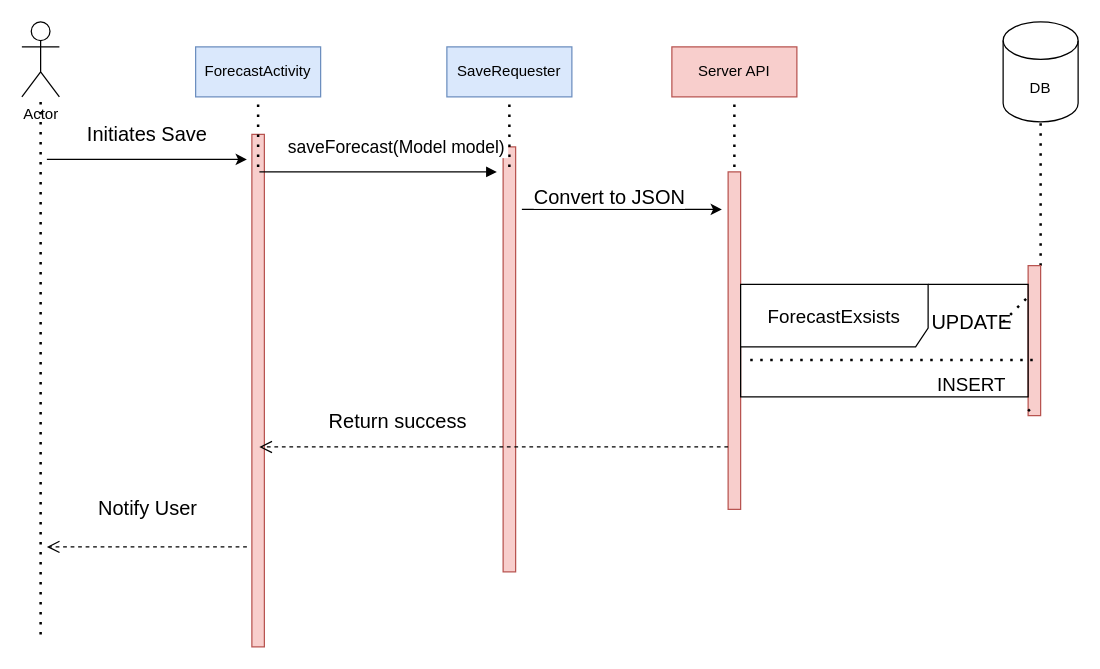
Before: Verkefni2Grunnur/SequenceDiagramForecastSave.drawio in HBV501Group8/HBV601G, a draw.io diagram. Source tidied: cells renumbered, new cells numbered last; positions are measured from the earlier drawing's top-left corner, leaving out a move shared by most shapes. Both pictures are drawn from the tidied source at 125%, with x=0, y=0 at pixel (21, 21).
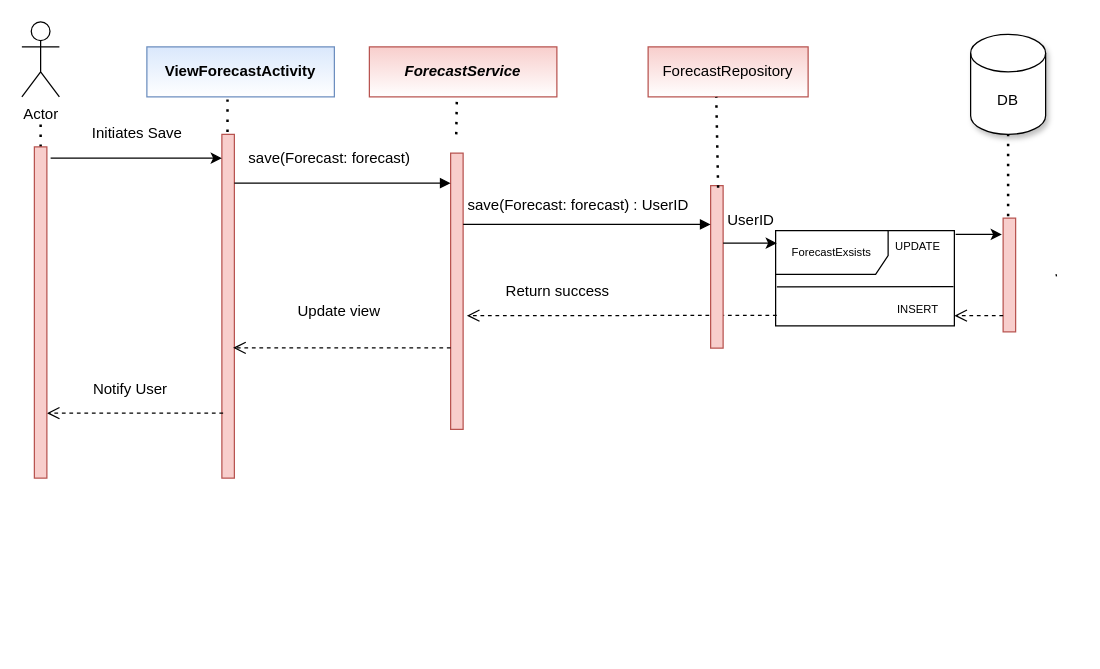
The same page after the edit.

Commit message:
Uppfærði ForecastSave diagram

The change refers to these unchanged cells:
```xml
<mxCell id="2" value="Actor" style="shape=umlActor;verticalLabelPosition=bottom;verticalAlign=top;html=1;outlineConnect=0;" parent="1" vertex="1">
  <mxGeometry width="30" height="60" as="geometry" />
</mxCell>
```

Diff of the diagram source:
```diff
@@
-    <mxCell id="3" style="endArrow=none;dashed=1;html=1;dashPattern=1 3;strokeWidth=2;" parent="1" edge="1" target="2">
+    <mxCell id="3" style="endArrow=none;dashed=1;html=1;dashPattern=1 3;strokeWidth=2;" parent="1" edge="1" source="34">
       <mxGeometry relative="1" as="geometry">
-        <mxPoint x="15" y="490" as="sourcePoint" />
+        <mxPoint x="15" y="79" as="targetPoint" />
       </mxGeometry>
     </mxCell>
-    <mxCell id="4" value="ForecastActivity" style="rounded=0;whiteSpace=wrap;html=1;shadow=0;fillColor=#dae8fc;strokeColor=#6c8ebf;" parent="1" vertex="1">
-      <mxGeometry x="139" y="20" width="100" height="40" as="geometry" />
+    <mxCell id="4" value="&lt;span style=&quot;font-weight: 700; font-size: 12px;&quot;&gt;ViewForecastActivity&lt;/span&gt;" style="rounded=0;whiteSpace=wrap;html=1;shadow=0;fillColor=#dae8fc;strokeColor=#6c8ebf;gradientColor=#ffffff;fontSize=12;" parent="1" vertex="1">
+      <mxGeometry x="100" y="20" width="150" height="40" as="geometry" />
     </mxCell>
     <mxCell id="5" style="points=[];perimeter=orthogonalPerimeter;rounded=0;shadow=0;strokeWidth=1;fillColor=#f8cecc;strokeColor=#b85450;" parent="1" vertex="1">
-      <mxGeometry x="184" y="90" width="10" height="410" as="geometry" />
+      <mxGeometry x="160" y="90" width="10" height="275" as="geometry" />
     </mxCell>
     <mxCell id="6" style="endArrow=none;dashed=1;html=1;dashPattern=1 3;strokeWidth=2;" parent="1" edge="1">
       <mxGeometry relative="1" as="geometry">
-        <mxPoint x="189" y="116" as="sourcePoint" />
-        <mxPoint x="189" y="62" as="targetPoint" />
+        <mxPoint x="164.5" y="88" as="sourcePoint" />
+        <mxPoint x="164.5" y="60" as="targetPoint" />
+        <Array as="points">
+          <mxPoint x="164.5" y="66" />
+        </Array>
       </mxGeometry>
     </mxCell>
-    <mxCell id="7" value="SaveRequester" style="rounded=0;whiteSpace=wrap;html=1;shadow=0;fillColor=#dae8fc;strokeColor=#6c8ebf;" parent="1" vertex="1">
-      <mxGeometry x="340" y="20" width="100" height="40" as="geometry" />
+    <mxCell id="7" value="&lt;i&gt;&lt;b&gt;ForecastService&lt;/b&gt;&lt;/i&gt;" style="rounded=0;whiteSpace=wrap;html=1;shadow=0;fillColor=#f8cecc;strokeColor=#b85450;gradientColor=#ffffff;" parent="1" vertex="1">
+      <mxGeometry x="278" y="20" width="150" height="40" as="geometry" />
     </mxCell>
     <mxCell id="8" style="points=[];perimeter=orthogonalPerimeter;rounded=0;shadow=0;strokeWidth=1;fillColor=#f8cecc;strokeColor=#b85450;" parent="1" vertex="1">
-      <mxGeometry x="385" y="100" width="10" height="340" as="geometry" />
+      <mxGeometry x="343" y="105" width="10" height="221" as="geometry" />
     </mxCell>
     <mxCell id="9" style="endArrow=none;dashed=1;html=1;dashPattern=1 3;strokeWidth=2;" parent="1" edge="1">
       <mxGeometry relative="1" as="geometry">
-        <mxPoint x="390" y="116" as="sourcePoint" />
-        <mxPoint x="390" y="62" as="targetPoint" />
+        <mxPoint x="347.5" y="90" as="sourcePoint" />
+        <mxPoint x="348" y="60" as="targetPoint" />
       </mxGeometry>
     </mxCell>
-    <mxCell id="10" value="Server API" style="rounded=0;whiteSpace=wrap;html=1;shadow=0;fillColor=#f8cecc;strokeColor=#b85450;" parent="1" vertex="1">
-      <mxGeometry x="520" y="20" width="100" height="40" as="geometry" />
-    </mxCell>
-    <mxCell id="11" style="perimeter=orthogonalPerimeter;rounded=0;shadow=0;strokeWidth=1;fillColor=#f8cecc;strokeColor=#b85450;" parent="1" vertex="1">
-      <mxGeometry x="565" y="120" width="10" height="270" as="geometry" />
-    </mxCell>
-    <mxCell id="12" style="endArrow=none;dashed=1;html=1;dashPattern=1 3;strokeWidth=2;" parent="1" edge="1">
-      <mxGeometry relative="1" as="geometry">
-        <mxPoint x="570" y="116" as="sourcePoint" />
-        <mxPoint x="570" y="62" as="targetPoint" />
-      </mxGeometry>
-    </mxCell>
-    <mxCell id="13" value="DB" style="shape=cylinder3;whiteSpace=wrap;html=1;boundedLbl=1;backgroundOutline=1;size=15;rounded=0;shadow=0;" parent="1" vertex="1">
-      <mxGeometry x="785" width="60" height="80" as="geometry" />
+    <mxCell id="13" value="DB" style="shape=cylinder3;whiteSpace=wrap;html=1;boundedLbl=1;backgroundOutline=1;size=15;rounded=0;shadow=1;" parent="1" vertex="1">
+      <mxGeometry x="759" y="10" width="60" height="80" as="geometry" />
     </mxCell>
-    <mxCell id="14" value="saveForecast(Model model)" style="verticalAlign=bottom;endArrow=block;shadow=0;strokeWidth=1;fontSize=14;" parent="1" edge="1">
-      <mxGeometry x="0.16" y="10" relative="1" as="geometry">
-        <mxPoint x="190" y="120" as="sourcePoint" />
-        <mxPoint x="380" y="120" as="targetPoint" />
+    <mxCell id="14" value="save(Forecast: forecast) " style="verticalAlign=bottom;endArrow=block;shadow=0;strokeWidth=1;fontSize=12;" parent="1" edge="1">
+      <mxGeometry x="-0.1" y="11" relative="1" as="geometry">
+        <mxPoint x="170" y="129" as="sourcePoint" />
+        <mxPoint x="343" y="129" as="targetPoint" />
       </mxGeometry>
     </mxCell>
-    <mxCell id="15" style="endArrow=none;dashed=1;html=1;dashPattern=1 3;strokeWidth=2;entryX=0.5;entryY=1;entryDx=0;entryDy=0;entryPerimeter=0;" parent="1" edge="1" source="16" target="13">
-      <mxGeometry relative="1" as="geometry" />
-    </mxCell>
     <mxCell id="16" style="points=[];perimeter=orthogonalPerimeter;rounded=0;shadow=0;strokeWidth=1;fillColor=#f8cecc;strokeColor=#b85450;" parent="1" vertex="1">
-      <mxGeometry x="805" y="195" width="10" height="120" as="geometry" />
+      <mxGeometry x="785" y="157" width="10" height="91" as="geometry" />
     </mxCell>
-    <mxCell id="17" style="endArrow=none;dashed=1;html=1;dashPattern=1 3;strokeWidth=2;entryX=0.5;entryY=1;entryDx=0;entryDy=0;entryPerimeter=0;" parent="1" edge="1" target="16">
-      <mxGeometry relative="1" as="geometry">
-        <mxPoint x="805" y="310" as="sourcePoint" />
-      </mxGeometry>
-    </mxCell>
     <mxCell id="18" style="endArrow=none;dashed=1;html=1;dashPattern=1 3;strokeWidth=2;fontSize=15;" parent="1" edge="1">
       <mxGeometry relative="1" as="geometry">
-        <mxPoint x="790" y="240.1" as="sourcePoint" />
-        <mxPoint x="791" y="240" as="targetPoint" />
+        <mxPoint x="827" y="202.8" as="sourcePoint" />
+        <mxPoint x="828" y="202.6" as="targetPoint" />
       </mxGeometry>
     </mxCell>
-    <mxCell id="19" style="endArrow=none;dashed=1;html=1;dashPattern=1 3;strokeWidth=2;" parent="1" edge="1">
-      <mxGeometry relative="1" as="geometry">
-        <mxPoint x="785" y="240" as="sourcePoint" />
-        <mxPoint x="805" y="220" as="targetPoint" />
-      </mxGeometry>
-    </mxCell>
-    <mxCell id="20" value="ForecastExsists" style="shape=umlFrame;whiteSpace=wrap;html=1;rounded=0;shadow=0;fontSize=15;width=150;height=50;" parent="1" vertex="1">
-      <mxGeometry x="575" y="210" width="230" height="90" as="geometry" />
+    <mxCell id="20" value="&lt;font style=&quot;font-size: 9px;&quot;&gt;ForecastExsists&lt;/font&gt;" style="shape=umlFrame;whiteSpace=wrap;html=1;rounded=0;shadow=0;fontSize=9;width=90;height=35;" parent="1" vertex="1">
+      <mxGeometry x="603" y="167" width="143" height="76.2" as="geometry" />
     </mxCell>
-    <mxCell id="21" value="INSERT" style="text;html=1;strokeColor=none;fillColor=none;align=center;verticalAlign=middle;whiteSpace=wrap;rounded=0;shadow=0;fontSize=15;" parent="1" vertex="1">
-      <mxGeometry x="740" y="280" width="40" height="20" as="geometry" />
-    </mxCell>
-    <mxCell id="22" style="endArrow=none;dashed=1;html=1;dashPattern=1 3;strokeWidth=2;fontSize=16;exitX=1.016;exitY=0.673;exitDx=0;exitDy=0;exitPerimeter=0;entryX=0.009;entryY=0.673;entryDx=0;entryDy=0;entryPerimeter=0;" parent="1" edge="1" source="20" target="20">
-      <mxGeometry relative="1" as="geometry" />
-    </mxCell>
-    <mxCell id="23" value="UPDATE" style="text;html=1;strokeColor=none;fillColor=none;align=center;verticalAlign=middle;whiteSpace=wrap;rounded=0;shadow=0;fontSize=16;" parent="1" vertex="1">
-      <mxGeometry x="750" y="230" width="20" height="20" as="geometry" />
+    <mxCell id="23" value="&lt;font style=&quot;font-size: 9px&quot;&gt;UPDATE&lt;/font&gt;" style="text;html=1;strokeColor=none;fillColor=none;align=center;verticalAlign=middle;whiteSpace=wrap;rounded=0;shadow=0;fontSize=9;" parent="1" vertex="1">
+      <mxGeometry x="707" y="170" width="20" height="20" as="geometry" />
     </mxCell>
-    <mxCell id="24" value="Notify User" style="verticalAlign=bottom;endArrow=open;dashed=1;endSize=8;shadow=0;strokeWidth=1;fontSize=16;" parent="1" edge="1">
-      <mxGeometry y="-20" relative="1" as="geometry">
-        <mxPoint x="180" y="420" as="sourcePoint" />
-        <mxPoint x="20" y="420" as="targetPoint" />
-        <mxPoint x="1" as="offset" />
+    <mxCell id="24" value="Notify User" style="verticalAlign=bottom;endArrow=open;dashed=1;endSize=8;shadow=0;strokeWidth=1;fontSize=12;" parent="1" edge="1">
+      <mxGeometry x="0.05" y="-10" relative="1" as="geometry">
+        <mxPoint x="161" y="313" as="sourcePoint" />
+        <mxPoint x="20" y="313" as="targetPoint" />
       </mxGeometry>
     </mxCell>
-    <mxCell id="25" value="Return success" style="verticalAlign=bottom;endArrow=open;dashed=1;endSize=8;shadow=0;strokeWidth=1;fontSize=16;entryX=0.6;entryY=0.61;entryDx=0;entryDy=0;entryPerimeter=0;" parent="1" edge="1" target="5">
+    <mxCell id="25" value="Return success" style="verticalAlign=bottom;endArrow=open;dashed=1;endSize=8;shadow=0;strokeWidth=1;fontSize=12;exitX=0.006;exitY=0.89;exitDx=0;exitDy=0;exitPerimeter=0;" parent="1" edge="1" source="20">
       <mxGeometry x="0.4" y="-10" relative="1" as="geometry">
-        <mxPoint x="565" y="340" as="sourcePoint" />
+        <mxPoint x="356" y="235" as="targetPoint" />
         <mxPoint x="-1" as="offset" />
       </mxGeometry>
     </mxCell>
-    <mxCell id="26" value="Convert to JSON" style="endArrow=classic;html=1;fontSize=16;" parent="1" edge="1">
-      <mxGeometry x="-0.12" y="10" relative="1" as="geometry">
-        <mxPoint x="400" y="150" as="sourcePoint" />
-        <mxPoint x="560" y="150" as="targetPoint" />
-      </mxGeometry>
-    </mxCell>
-    <mxCell id="27" value="Initiates Save" style="endArrow=classic;html=1;fontSize=16;" parent="1" edge="1">
+    <mxCell id="27" value="Initiates Save" style="endArrow=classic;html=1;fontSize=12;" parent="1" edge="1" target="5">
       <mxGeometry y="20" relative="1" as="geometry">
-        <mxPoint x="20" y="110" as="sourcePoint" />
-        <mxPoint x="180" y="110" as="targetPoint" />
+        <mxPoint x="23" y="109" as="sourcePoint" />
       </mxGeometry>
     </mxCell>
+    <mxCell id="28" value="ForecastRepository" style="rounded=0;whiteSpace=wrap;html=1;shadow=0;fillColor=#f8cecc;strokeColor=#b85450;gradientColor=#ffffff;" parent="1" vertex="1">
+      <mxGeometry x="501" y="20" width="128" height="40" as="geometry" />
+    </mxCell>
+    <mxCell id="29" style="points=[];perimeter=orthogonalPerimeter;rounded=0;shadow=0;strokeWidth=1;fillColor=#f8cecc;strokeColor=#b85450;" parent="1" vertex="1">
+      <mxGeometry x="551" y="131" width="10" height="130" as="geometry" />
+    </mxCell>
+    <mxCell id="30" style="endArrow=none;dashed=1;html=1;dashPattern=1 3;strokeWidth=2;exitX=0.6;exitY=0.013;exitDx=0;exitDy=0;exitPerimeter=0;" parent="1" edge="1" source="29">
+      <mxGeometry relative="1" as="geometry">
+        <mxPoint x="555.5" y="60" as="targetPoint" />
+      </mxGeometry>
+    </mxCell>
+    <mxCell id="31" value="save(Forecast: forecast) : UserID " style="verticalAlign=bottom;endArrow=block;shadow=0;strokeWidth=1;fontSize=12;" parent="1" edge="1">
+      <mxGeometry x="-0.05" y="6" relative="1" as="geometry">
+        <mxPoint x="353" y="162" as="sourcePoint" />
+        <mxPoint x="551" y="162" as="targetPoint" />
+      </mxGeometry>
+    </mxCell>
+    <mxCell id="32" style="endArrow=none;html=1;entryX=0.995;entryY=0.588;entryDx=0;entryDy=0;entryPerimeter=0;fontSize=9;" parent="1" edge="1" target="20">
+      <mxGeometry relative="1" as="geometry">
+        <mxPoint x="604" y="212" as="sourcePoint" />
+      </mxGeometry>
+    </mxCell>
+    <mxCell id="33" value="Update view" style="verticalAlign=bottom;endArrow=open;dashed=1;endSize=8;shadow=0;strokeWidth=1;fontSize=12;entryX=0.9;entryY=0.621;entryDx=0;entryDy=0;entryPerimeter=0;" parent="1" edge="1" source="8" target="5">
+      <mxGeometry x="0.02" y="-20" relative="1" as="geometry" />
+    </mxCell>
+    <mxCell id="15" style="endArrow=none;dashed=1;html=1;dashPattern=1 3;strokeWidth=2;entryX=0.5;entryY=1;entryDx=0;entryDy=0;entryPerimeter=0;exitX=0.4;exitY=-0.016;exitDx=0;exitDy=0;exitPerimeter=0;" parent="1" edge="1" source="16" target="13">
+      <mxGeometry relative="1" as="geometry" />
+    </mxCell>
+    <mxCell id="34" style="points=[];perimeter=orthogonalPerimeter;rounded=0;shadow=0;strokeWidth=1;fillColor=#f8cecc;strokeColor=#b85450;" parent="1" vertex="1">
+      <mxGeometry x="10" y="100" width="10" height="265" as="geometry" />
+    </mxCell>
+    <mxCell id="21" value="&lt;font style=&quot;font-size: 9px&quot;&gt;INSERT&lt;/font&gt;" style="text;html=1;strokeColor=none;fillColor=none;align=center;verticalAlign=middle;whiteSpace=wrap;rounded=0;shadow=0;fontSize=9;" parent="1" vertex="1">
+      <mxGeometry x="707" y="220" width="20" height="20" as="geometry" />
+    </mxCell>
+    <mxCell id="35" value="UserID" style="endArrow=classic;html=1;fontSize=12;" parent="1" edge="1">
+      <mxGeometry x="0.02" y="18" relative="1" as="geometry">
+        <mxPoint x="561" y="177" as="sourcePoint" />
+        <mxPoint x="604" y="177" as="targetPoint" />
+      </mxGeometry>
+    </mxCell>
+    <mxCell id="36" style="endArrow=classic;html=1;fontSize=12;entryX=-0.1;entryY=0.143;entryDx=0;entryDy=0;entryPerimeter=0;" parent="1" edge="1" target="16">
+      <mxGeometry x="0.02" y="18" relative="1" as="geometry">
+        <mxPoint x="747" y="170" as="sourcePoint" />
+      </mxGeometry>
+    </mxCell>
+    <mxCell id="37" style="html=1;verticalAlign=bottom;endArrow=open;dashed=1;endSize=8;fontSize=9;" parent="1" edge="1">
+      <mxGeometry relative="1" as="geometry">
+        <mxPoint x="785" y="235" as="sourcePoint" />
+        <mxPoint x="746" y="235" as="targetPoint" />
+      </mxGeometry>
+    </mxCell>
```
